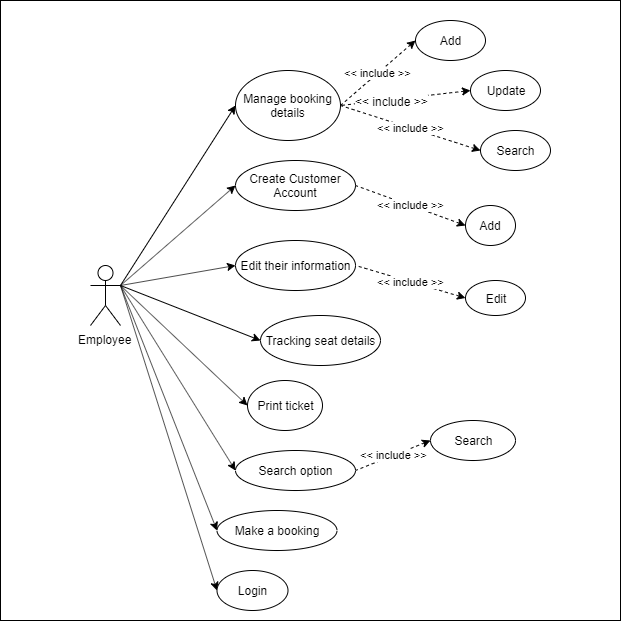
This is Diagrams/Use Case/Use Case Employee.png from nuhupu/OnlineBusTicket, a draw.io export, as it was before one commit. Source tidied: cells renumbered, new cells last; positions are measured from the earlier drawing's top-left corner, leaving out a move shared by most shapes.
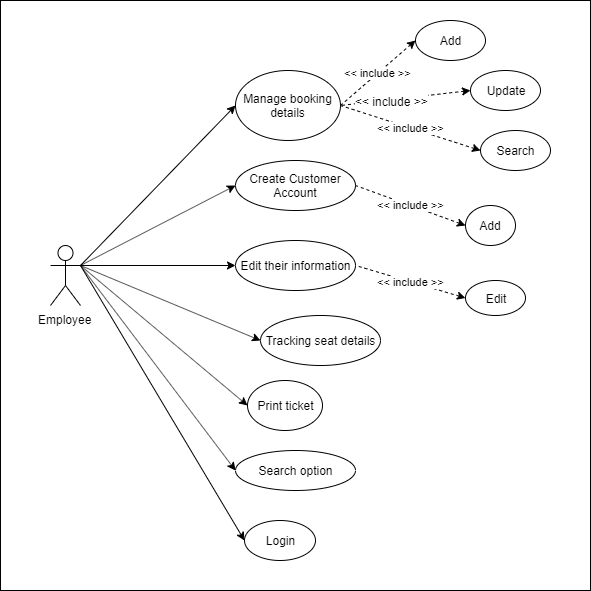
Above is the later version.

The edit, as a diff of the source:
```diff
@@ -3,10 +3,10 @@
     <mxCell id="0" />
     <mxCell id="1" parent="0" />
     <mxCell id="2" style="whiteSpace=wrap;html=1;" parent="1" vertex="1">
-      <mxGeometry width="620" height="620" as="geometry" />
+      <mxGeometry width="590" height="590" as="geometry" />
     </mxCell>
     <mxCell id="3" value="Employee" style="shape=umlActor;verticalLabelPosition=bottom;labelBackgroundColor=#ffffff;verticalAlign=top;html=1;outlineConnect=0;" parent="1" vertex="1">
-      <mxGeometry x="90" y="265" width="30" height="60" as="geometry" />
+      <mxGeometry x="50" y="245" width="30" height="60" as="geometry" />
     </mxCell>
     <mxCell id="4" style="endArrow=classic;html=1;exitX=1;exitY=0.3333333333333333;exitDx=0;exitDy=0;exitPerimeter=0;entryX=0;entryY=0.5;entryDx=0;entryDy=0;" parent="1" edge="1" source="3" target="5">
       <mxGeometry relative="1" as="geometry" />
@@ -63,7 +63,7 @@
       <mxGeometry relative="1" as="geometry" />
     </mxCell>
     <mxCell id="22" value="Login" style="ellipse;whiteSpace=wrap;html=1;" parent="1" vertex="1">
-      <mxGeometry x="216.5" y="570" width="71" height="40" as="geometry" />
+      <mxGeometry x="244" y="520" width="71" height="40" as="geometry" />
     </mxCell>
     <mxCell id="23" style="endArrow=classic;html=1;exitX=1;exitY=0.3333333333333333;exitDx=0;exitDy=0;exitPerimeter=0;entryX=0;entryY=0.5;entryDx=0;entryDy=0;" parent="1" edge="1" source="3" target="24">
       <mxGeometry relative="1" as="geometry" />
@@ -83,17 +83,5 @@
     <mxCell id="28" style="endArrow=classic;html=1;exitX=1;exitY=0.3333333333333333;exitDx=0;exitDy=0;exitPerimeter=0;entryX=0;entryY=0.5;entryDx=0;entryDy=0;" parent="1" edge="1" source="3" target="27">
       <mxGeometry relative="1" as="geometry" />
     </mxCell>
-    <mxCell id="29" value="&amp;lt;&amp;lt; include &amp;gt;&amp;gt;" style="endArrow=none;dashed=1;html=1;startArrow=classic;startFill=1;entryX=1;entryY=0.5;entryDx=0;entryDy=0;exitX=0;exitY=0.5;exitDx=0;exitDy=0;" parent="1" edge="1" source="30" target="27">
-      <mxGeometry relative="1" as="geometry" />
-    </mxCell>
-    <mxCell id="30" value="Search" style="ellipse;whiteSpace=wrap;html=1;" parent="1" vertex="1">
-      <mxGeometry x="430" y="420" width="85" height="40" as="geometry" />
-    </mxCell>
-    <mxCell id="31" value="&lt;span style=&quot;text-align: left ; white-space: nowrap&quot;&gt;Make a booking&lt;/span&gt;" style="ellipse;whiteSpace=wrap;html=1;" parent="1" vertex="1">
-      <mxGeometry x="216.5" y="510" width="120" height="40" as="geometry" />
-    </mxCell>
-    <mxCell id="32" style="endArrow=classic;html=1;entryX=0;entryY=0.5;entryDx=0;entryDy=0;exitX=1;exitY=0.3333333333333333;exitDx=0;exitDy=0;exitPerimeter=0;" parent="1" edge="1" source="3" target="31">
-      <mxGeometry relative="1" as="geometry" />
-    </mxCell>
   </root>
 </mxGraphModel>
```
